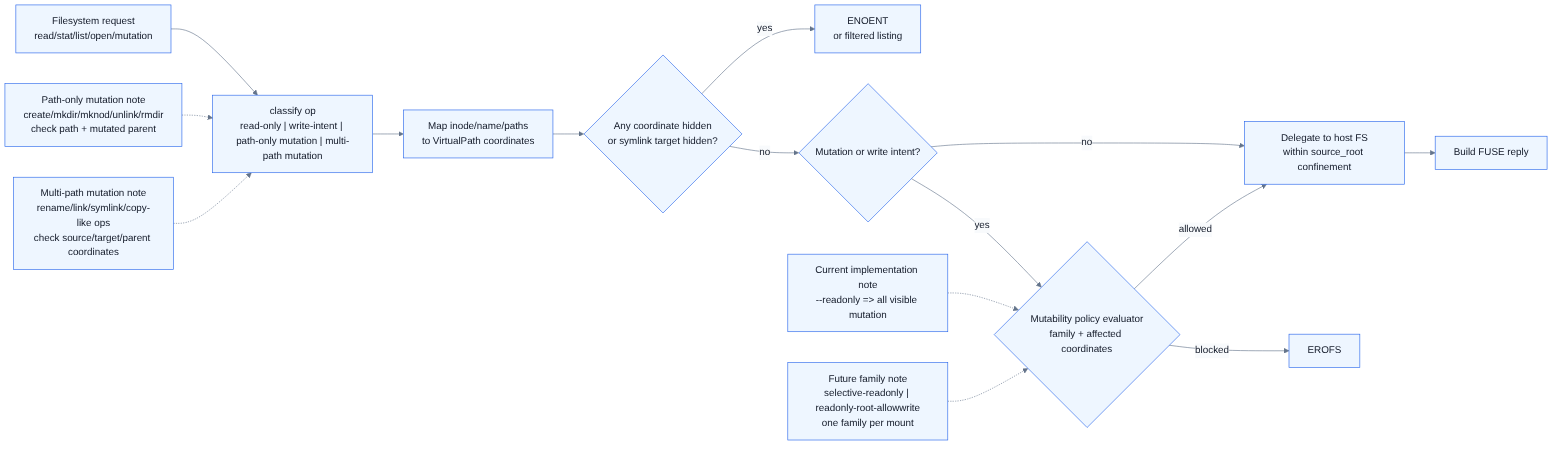
The Mermaid diagram docs/diagrams/request-decision-flow.png in spi-ca/screenfs, before a commit. Its source is kept beside it as docs/diagrams/request-decision-flow.mmd.
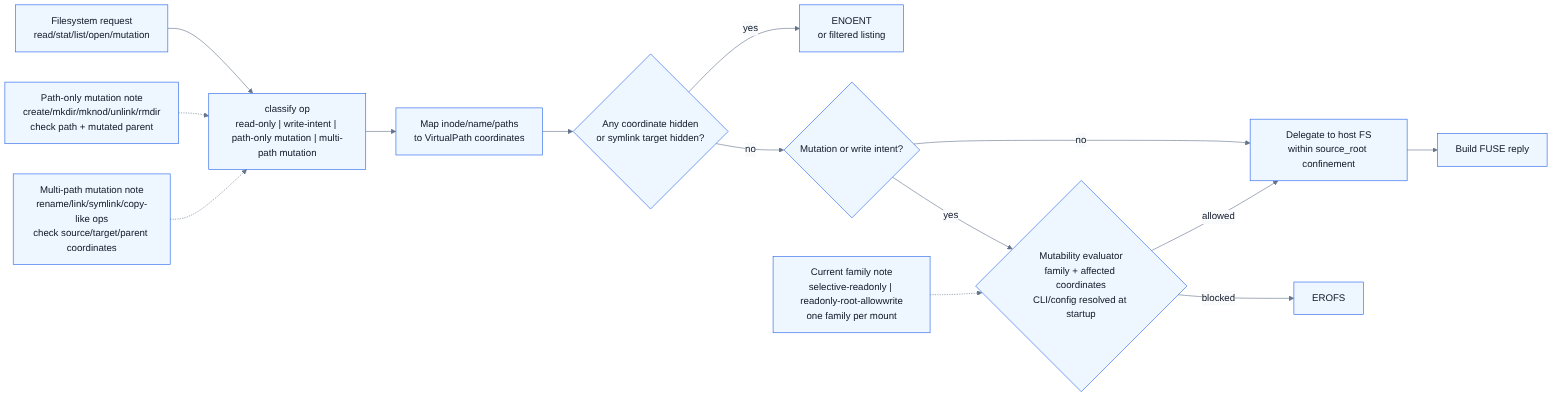
Above is the later version.

Diff of the diagram source:
```diff
@@ -5,12 +5,11 @@
     hidden -- yes --> hiddenResult["ENOENT\nor filtered listing"]
     hidden -- no --> op{"Mutation or write intent?"}
     op -- no --> delegate["Delegate to host FS\nwithin source_root confinement"]
-    op -- yes --> policy{"Mutability policy evaluator\nfamily + affected coordinates"}
+    op -- yes --> policy{"Mutability evaluator\nfamily + affected coordinates\nCLI/config resolved at startup"}
     policy -- blocked --> roResult["EROFS"]
     policy -- allowed --> delegate
     delegate --> reply["Build FUSE reply"]
 
-    impl["Current implementation note\n--readonly => all visible mutation"] -.-> policy
-    family["Future family note\nselective-readonly | readonly-root-allowwrite\none family per mount"] -.-> policy
+    family["Current family note\nselective-readonly | readonly-root-allowwrite\none family per mount"] -.-> policy
     pathOnly["Path-only mutation note\ncreate/mkdir/mknod/unlink/rmdir\ncheck path + mutated parent"] -.-> classify
     multi["Multi-path mutation note\nrename/link/symlink/copy-like ops\ncheck source/target/parent coordinates"] -.-> classify
```
